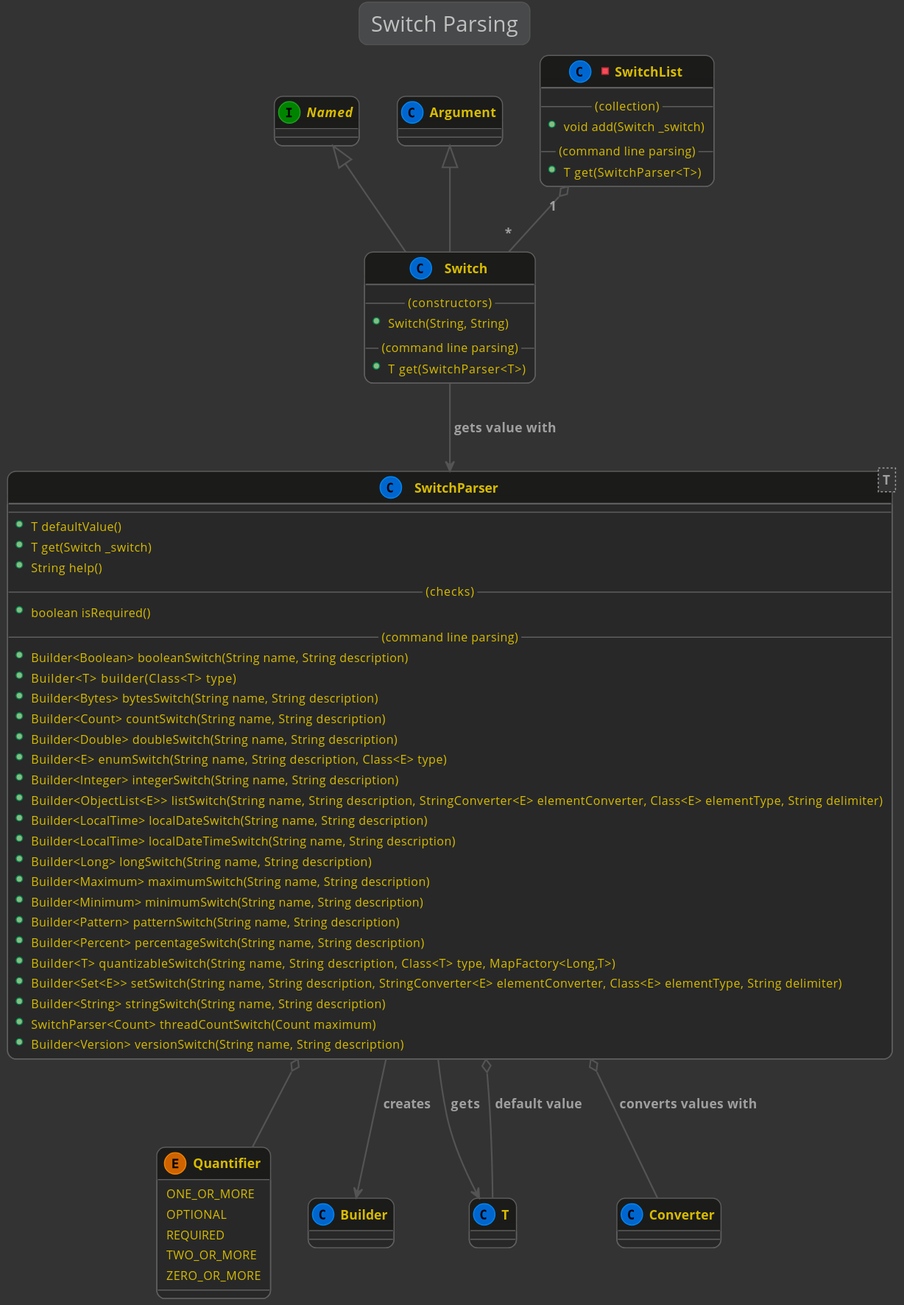
Earlier version of the PlantUML export kivakit-core/commandline/documentation/diagrams/diagram-switch.svg (Telenav/kivakit). Source of this version:
```plantuml
@startuml

    !include ../lexakai/lexakai.theme

    title "Switch Parsing"

    interface Named

    enum Quantifier
    {
        ONE_OR_MORE
        OPTIONAL
        REQUIRED
        TWO_OR_MORE
        ZERO_OR_MORE
    }

    Argument <|-- Switch
    Named <|-- Switch
    Switch --> SwitchParser : "gets value with"
    class Switch
    {
        --(constructors)--
        +Switch(String, String)
        --(command line parsing)--
        +T get(SwitchParser<T>)
    }

    SwitchList "1" o-- "*" Switch
    -class SwitchList
    {
        --(collection)--
        +void add(Switch _switch)
        --(command line parsing)--
        +T get(SwitchParser<T>)
    }

    SwitchParser --> SwitchParser.Builder : "creates"
    SwitchParser --> T : "gets"
    SwitchParser o-- Quantifier
    SwitchParser o-- Converter : "converts values with"
    SwitchParser o-- T : "default value"
    class SwitchParser<T>
    {
        --
        +T defaultValue()
        +T get(Switch _switch)
        +String help()
        --(checks)--
        +boolean isRequired()
        --(command line parsing)--
        +Builder<Boolean> booleanSwitch(String name, String description)
        +Builder<T> builder(Class<T> type)
        +Builder<Bytes> bytesSwitch(String name, String description)
        +Builder<Count> countSwitch(String name, String description)
        +Builder<Double> doubleSwitch(String name, String description)
        +Builder<E> enumSwitch(String name, String description, Class<E> type)
        +Builder<Integer> integerSwitch(String name, String description)
        +Builder<ObjectList<E>> listSwitch(String name, String description, StringConverter<E> elementConverter, Class<E> elementType, String delimiter)
        +Builder<LocalTime> localDateSwitch(String name, String description)
        +Builder<LocalTime> localDateTimeSwitch(String name, String description)
        +Builder<Long> longSwitch(String name, String description)
        +Builder<Maximum> maximumSwitch(String name, String description)
        +Builder<Minimum> minimumSwitch(String name, String description)
        +Builder<Pattern> patternSwitch(String name, String description)
        +Builder<Percent> percentageSwitch(String name, String description)
        +Builder<T> quantizableSwitch(String name, String description, Class<T> type, MapFactory<Long,T>)
        +Builder<Set<E>> setSwitch(String name, String description, StringConverter<E> elementConverter, Class<E> elementType, String delimiter)
        +Builder<String> stringSwitch(String name, String description)
        +SwitchParser<Count> threadCountSwitch(Count maximum)
        +Builder<Version> versionSwitch(String name, String description)
    }

@enduml
```
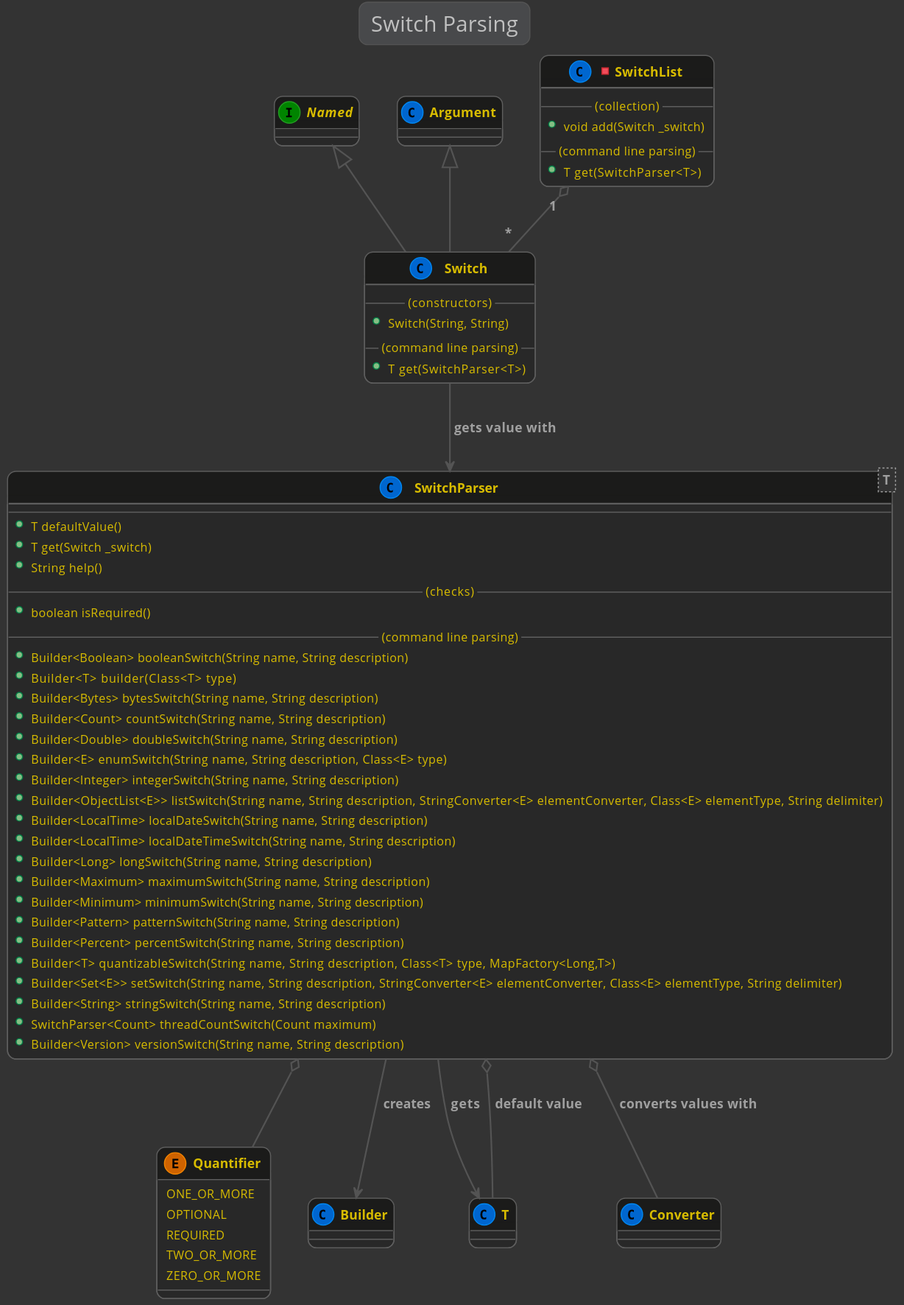
The same file after the commit.

What changed in the source:
```diff
@@ -63,7 +63,7 @@
         +Builder<Maximum> maximumSwitch(String name, String description)
         +Builder<Minimum> minimumSwitch(String name, String description)
         +Builder<Pattern> patternSwitch(String name, String description)
-        +Builder<Percent> percentageSwitch(String name, String description)
+        +Builder<Percent> percentSwitch(String name, String description)
         +Builder<T> quantizableSwitch(String name, String description, Class<T> type, MapFactory<Long,T>)
         +Builder<Set<E>> setSwitch(String name, String description, StringConverter<E> elementConverter, Class<E> elementType, String delimiter)
         +Builder<String> stringSwitch(String name, String description)
```
